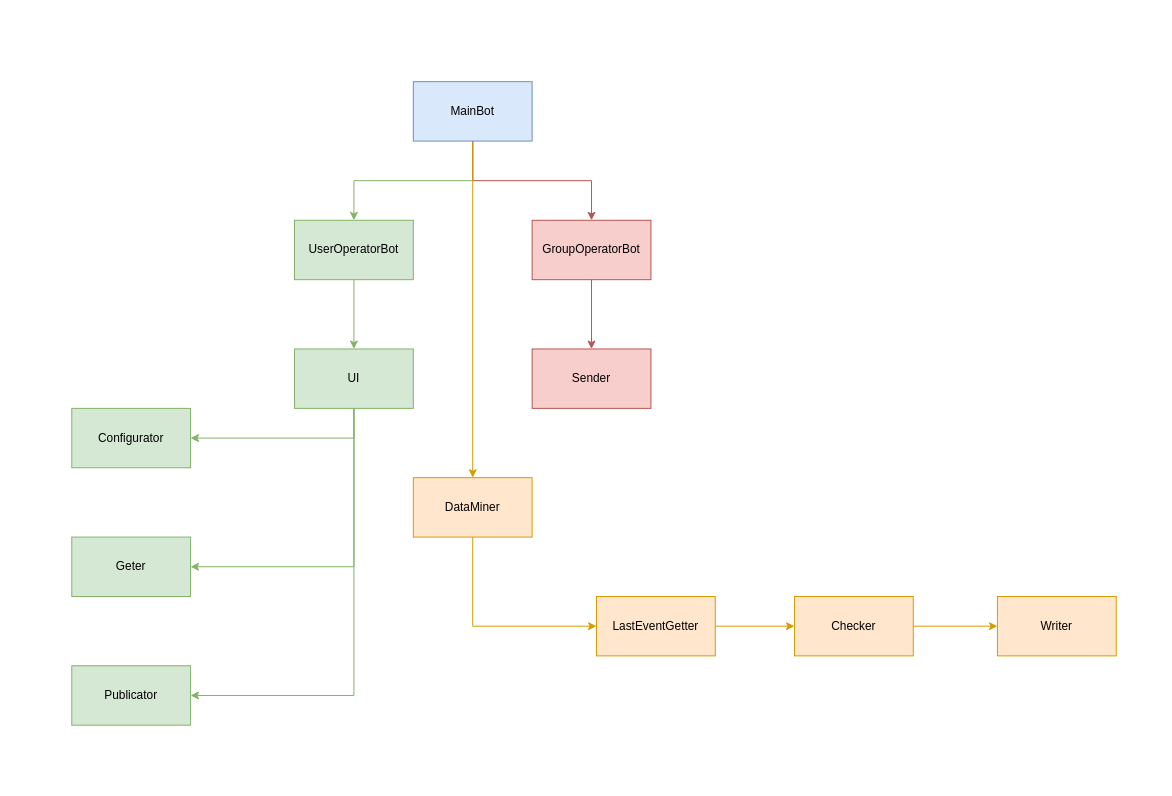
Earlier version of the draw.io diagram Untitled Diagram.drawio (b4kd4u1et/CTFTimeParser). Source tidied: cells renumbered, new cells numbered last; positions are measured from the earlier drawing's top-left corner, leaving out a move shared by most shapes. Both pictures are drawn from the tidied source at 99%, with x=0, y=0 at pixel (71, 81).
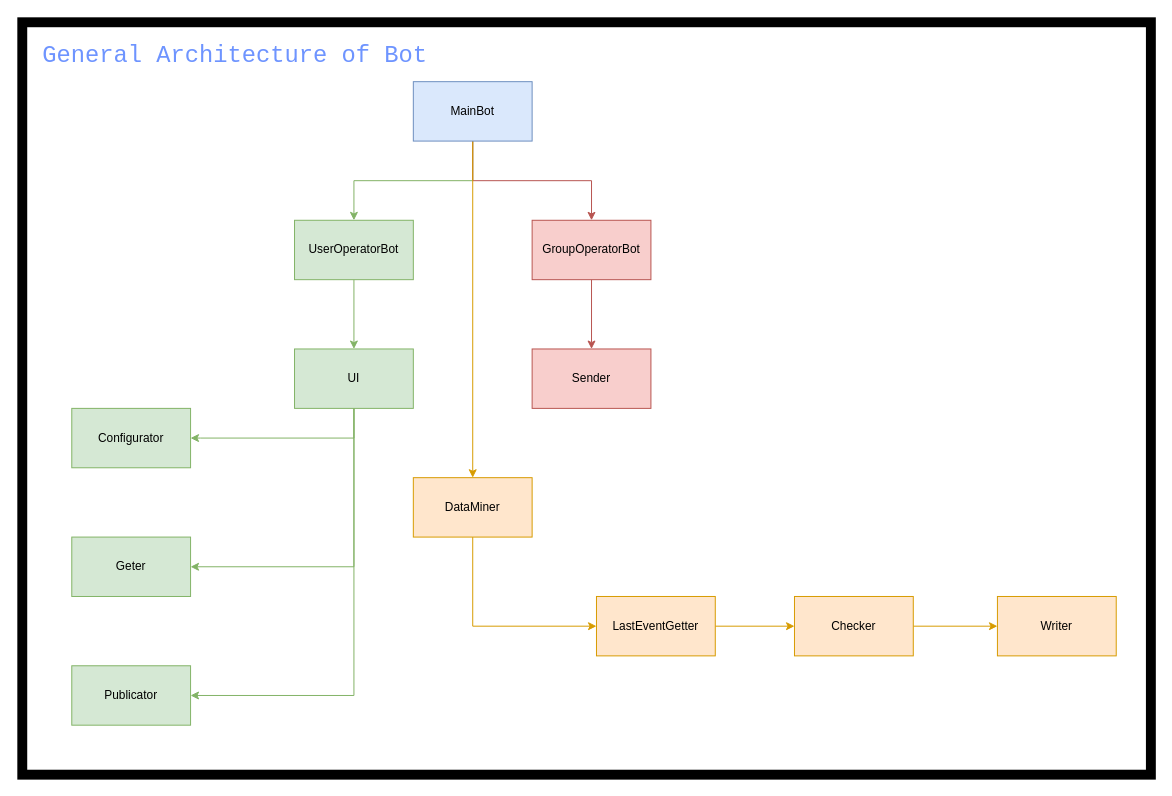
The same diagram, later.

Commit message:
Add Bot's general architecture

The edit, as a diff of the source:
```diff
@@
+    <mxCell id="25" style="rounded=0;whiteSpace=wrap;html=1;fillColor=none;strokeWidth=10;glass=0;" parent="1" vertex="1">
+      <mxGeometry x="-50" y="-60" width="1140" height="760" as="geometry" />
+    </mxCell>
+    <mxCell id="26" value="&lt;pre&gt;&lt;font color=&quot;#6e94ff&quot; style=&quot;font-size: 24px;&quot;&gt;General Architecture of Bot&lt;/font&gt;&lt;br&gt;&lt;/pre&gt;" style="text;html=1;align=center;verticalAlign=middle;whiteSpace=wrap;rounded=0;" parent="1" vertex="1">
+      <mxGeometry x="-50" y="-60" width="430" height="70" as="geometry" />
+    </mxCell>
```
